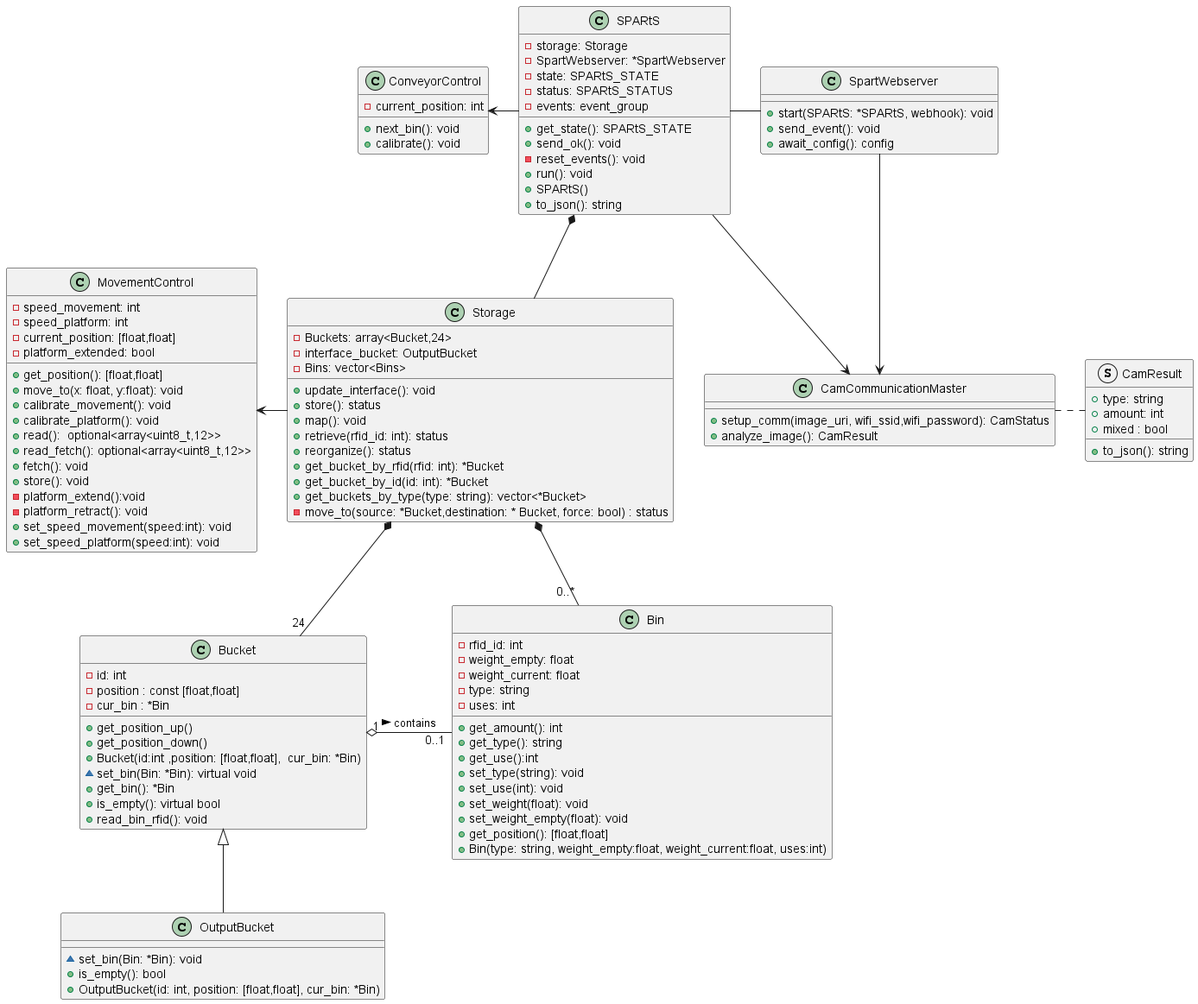
Earlier version of the PlantUML export docs/out/docs/Design/class/class/class_diagram.png (walger-lucas/SPARtS). The source it was exported from:
```plantuml
@startuml class_diagram

class Bin {
    - rfid_id: int
    - weight_empty: float
    - weight_current: float
    - type: string
    - uses: int
    + get_amount(): int
    + get_type(): string
    + get_use():int
    + set_type(string): void
    + set_use(int): void
    + set_weight(float): void
    + set_weight_empty(float): void
    + get_position(): [float,float]
    + Bin(type: string, weight_empty:float, weight_current:float, uses:int)
}

class Bucket {
    - id: int
    - position : const [float,float]
    - cur_bin : *Bin
    + get_position_up()
    + get_position_down()
    + Bucket(id:int ,position: [float,float],  cur_bin: *Bin)
    ~ set_bin(Bin: *Bin): virtual void
    + get_bin(): *Bin
    + is_empty(): virtual bool
    + read_bin_rfid(): void

}

class OutputBucket {
    ~ set_bin(Bin: *Bin): void
    + is_empty(): bool
    + OutputBucket(id: int, position: [float,float], cur_bin: *Bin)
}

class Storage
{
    - Buckets: array<Bucket,24>
    - interface_bucket: OutputBucket
    - Bins: vector<Bins>
    + update_interface(): void
    + store(): status
    + map(): void
    + retrieve(rfid_id: int): status
    + reorganize(): status
    + get_bucket_by_rfid(rfid: int): *Bucket
    + get_bucket_by_id(id: int): *Bucket
    + get_buckets_by_type(type: string): vector<*Bucket>
    - move_to(source: *Bucket,destination: * Bucket, force: bool) : status
}

Bucket "1" o- "0..1" Bin : contains >
Bucket <|-- OutputBucket

Storage *-- "24" Bucket
Storage *-- "0..*" Bin

class SPARtS {
    - storage: Storage
    - SpartWebserver: *SpartWebserver
    - state: SPARtS_STATE
    - status: SPARtS_STATUS
    - events: event_group
    + get_state(): SPARtS_STATE
    + send_ok(): void
    - reset_events(): void
    + run(): void
    + SPARtS()
    + to_json(): string
}

SPARtS *-- Storage

class SpartWebserver {
    + start(SPARtS: *SPARtS, webhook): void
    + send_event(): void
    + await_config(): config
}
SPARtS - SpartWebserver

class CamCommunicationMaster {
    + setup_comm(image_uri, wifi_ssid,wifi_password): CamStatus
    + analyze_image(): CamResult
}
SPARtS --> CamCommunicationMaster
SpartWebserver --> CamCommunicationMaster

MovementControl <-r- Storage

struct CamResult {
    + type: string
    + amount: int
    + mixed : bool
    + to_json(): string
}
CamCommunicationMaster . CamResult

class ConveyorControl {
    - current_position: int
    + next_bin(): void
    + calibrate(): void
}

ConveyorControl <- SPARtS

class MovementControl {
    - speed_movement: int
    - speed_platform: int
    - current_position: [float,float]
    - platform_extended: bool
    + get_position(): [float,float]
    + move_to(x: float, y:float): void
    + calibrate_movement(): void
    + calibrate_platform(): void
    + read():  optional<array<uint8_t,12>>
    + read_fetch(): optional<array<uint8_t,12>>
    + fetch(): void
    + store(): void
    - platform_extend():void
    - platform_retract(): void
    + set_speed_movement(speed:int): void
    + set_speed_platform(speed:int): void

}


@enduml
```
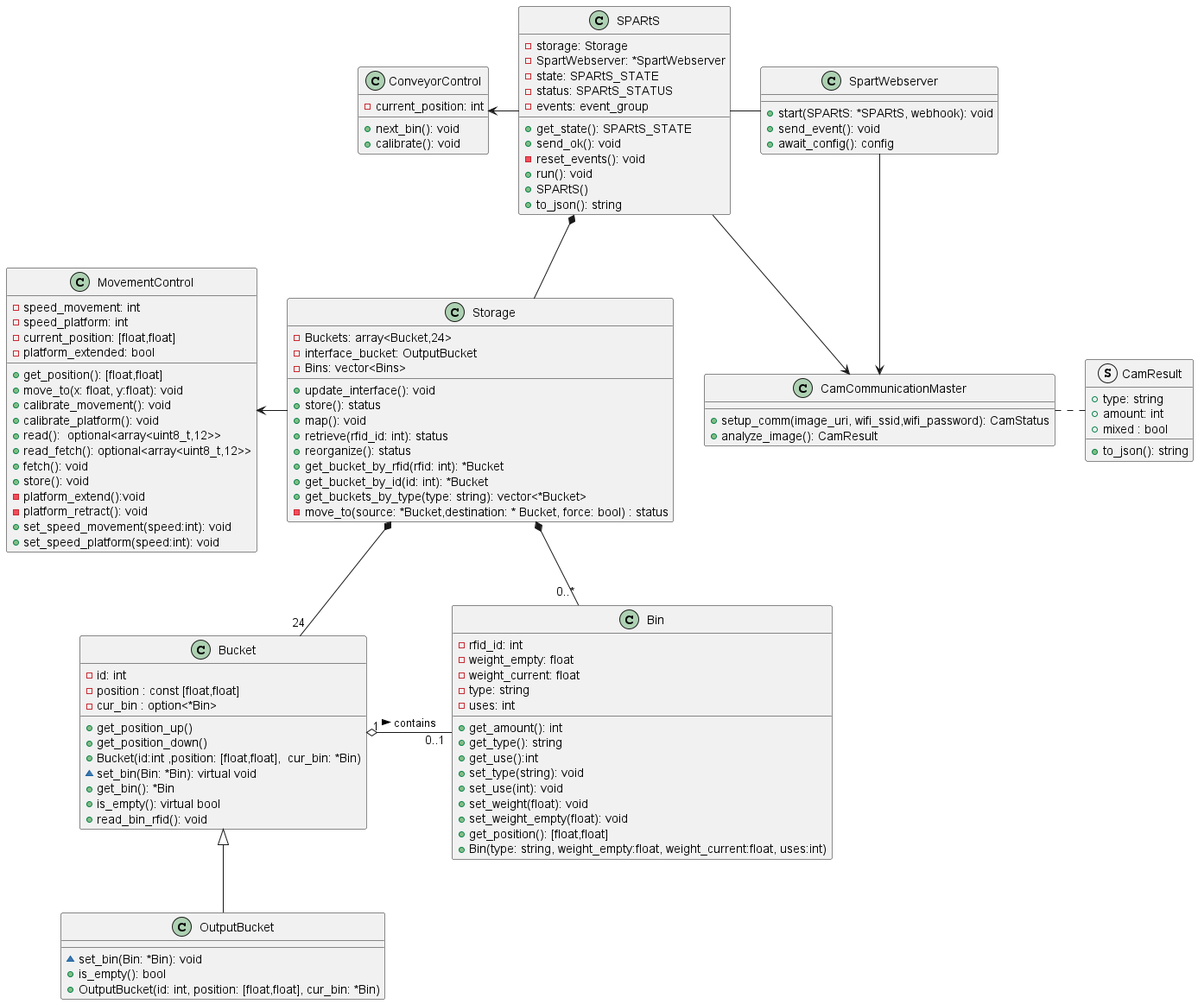
After the change.

Diff of the diagram source:
```diff
@@ -20,7 +20,7 @@
 class Bucket {
     - id: int
     - position : const [float,float]
-    - cur_bin : *Bin
+    - cur_bin : option<*Bin>
     + get_position_up()
     + get_position_down()
     + Bucket(id:int ,position: [float,float],  cur_bin: *Bin)
```
